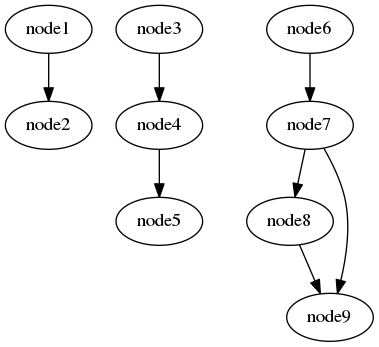
This is Input_graph.dot.png from firephyz/CADNetworkOptimizer, a Graphviz export, as it was before one commit. Its source is kept beside it as Input_graph.dot.
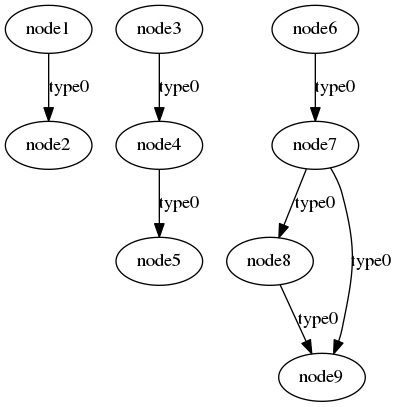
The same diagram one commit later.

Diff of the diagram source:
```diff
@@ -1,9 +1,9 @@
 digraph G {
-    node1 -> node2;
-    node3 -> node4;
-    node4 -> node5;
-    node6 -> node7;
-    node7 -> node8;
-    node7 -> node9;
-    node8 -> node9;
+    node1 -> node2[ label="type0"];
+    node3 -> node4[ label="type0"];
+    node4 -> node5[ label="type0"];
+    node6 -> node7[ label="type0"];
+    node7 -> node8[ label="type0"];
+    node7 -> node9[ label="type0"];
+    node8 -> node9[ label="type0"];
 }
```
